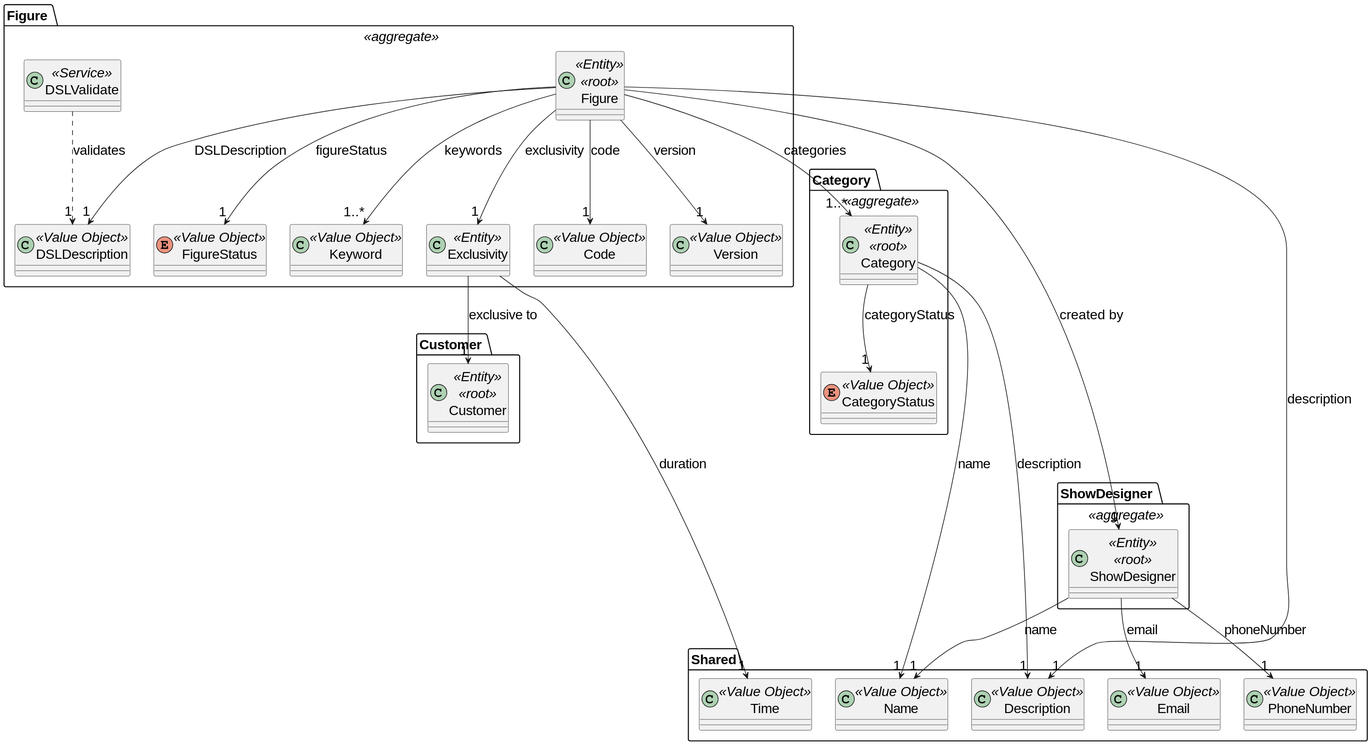
Above: docs/global_artifacts/analysis/images/domain_model_figure.svg in diogoveirospro/sem4pi-2024-2025-sem4pi_2024_2025_g44 (PlantUML), before the change.
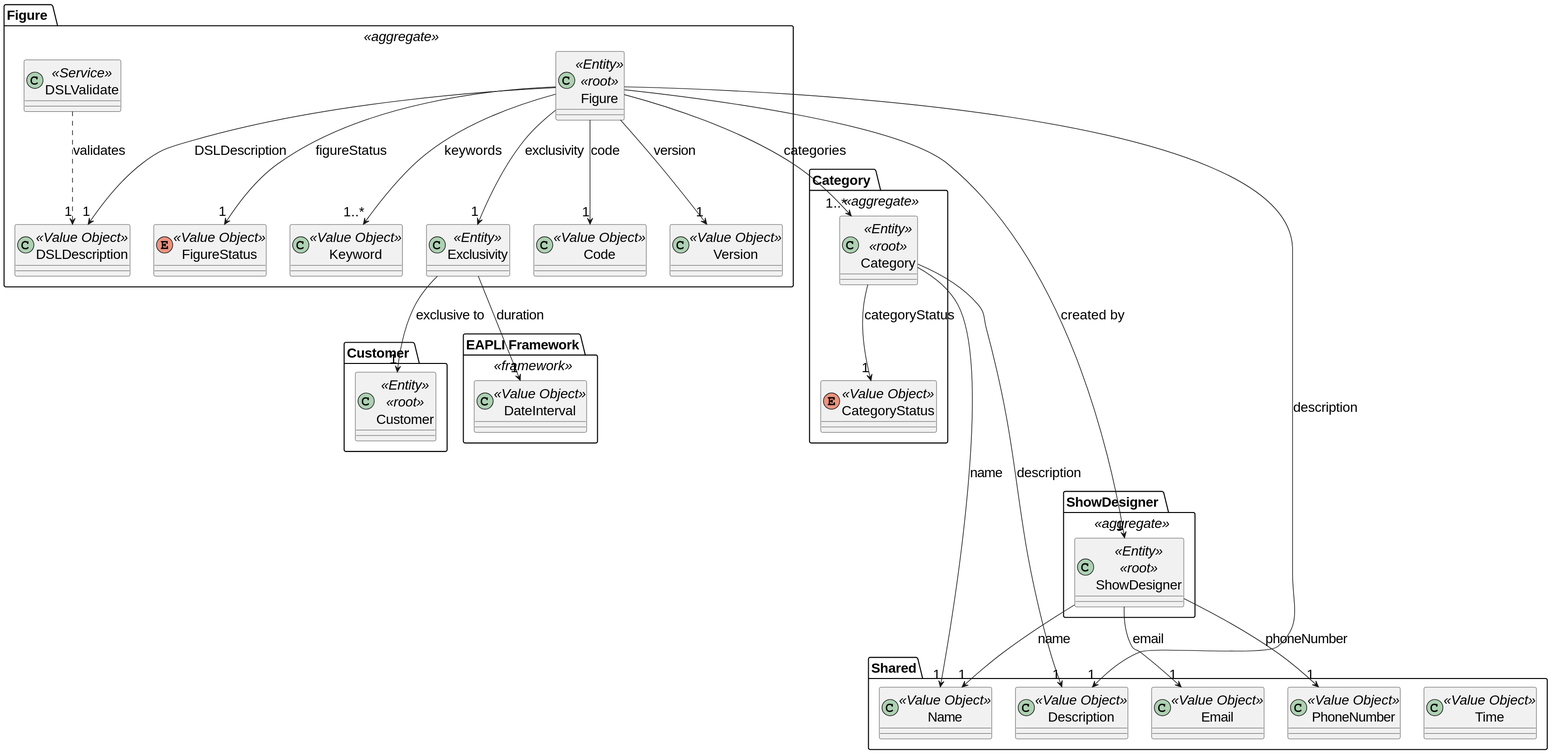
After the commit.

Commit message:
#6 #21 #22 #23 #24 Addition of the Value Object DateInterval for the link with Exclusivity

What changed in the source:
```diff
@@ -88,11 +88,16 @@
     ShowDesigner --> "1" Email: email
     ShowDesigner --> "1" PhoneNumber: phoneNumber
 
-    Exclusivity ----> "1" Time: duration
-
     Figure ----> "1" Description: description
 
     Category ----> "1" Description: description
     Category ----> "1" Name: name
 }
+
+package "EAPLI Framework" <<framework>>{
+    class DateInterval <<Value Object>>{
+    }
+
+    Exclusivity --> "1" DateInterval: duration
+}
 @enduml
```
